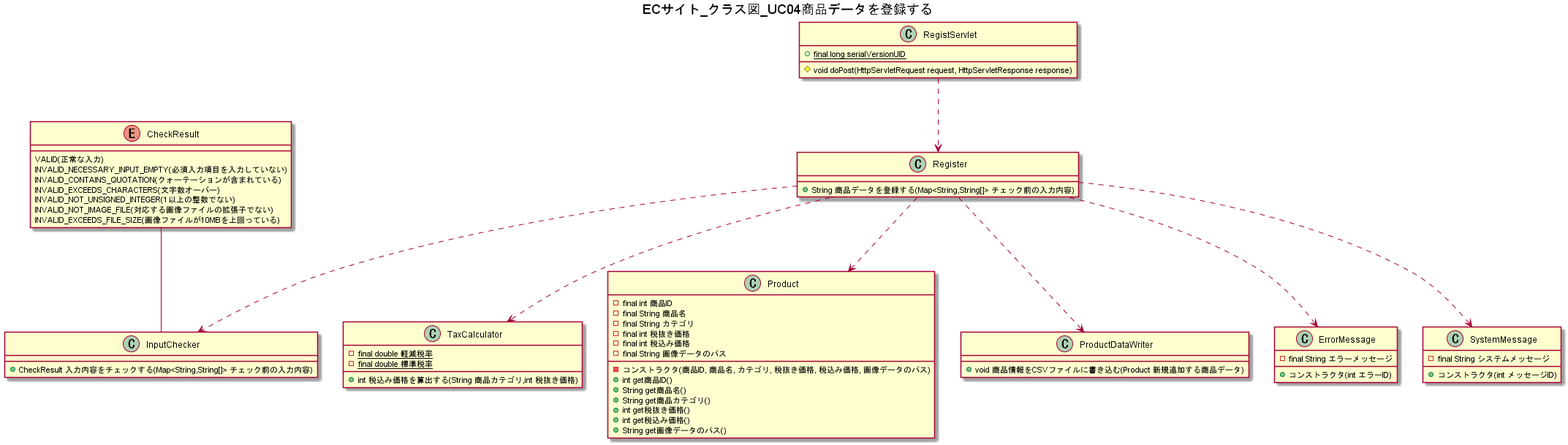
Earlier version of the PlantUML export UML/ECサイト_クラス図_UC04商品データを登録する.png (wnakayama/ojt_ecsite).
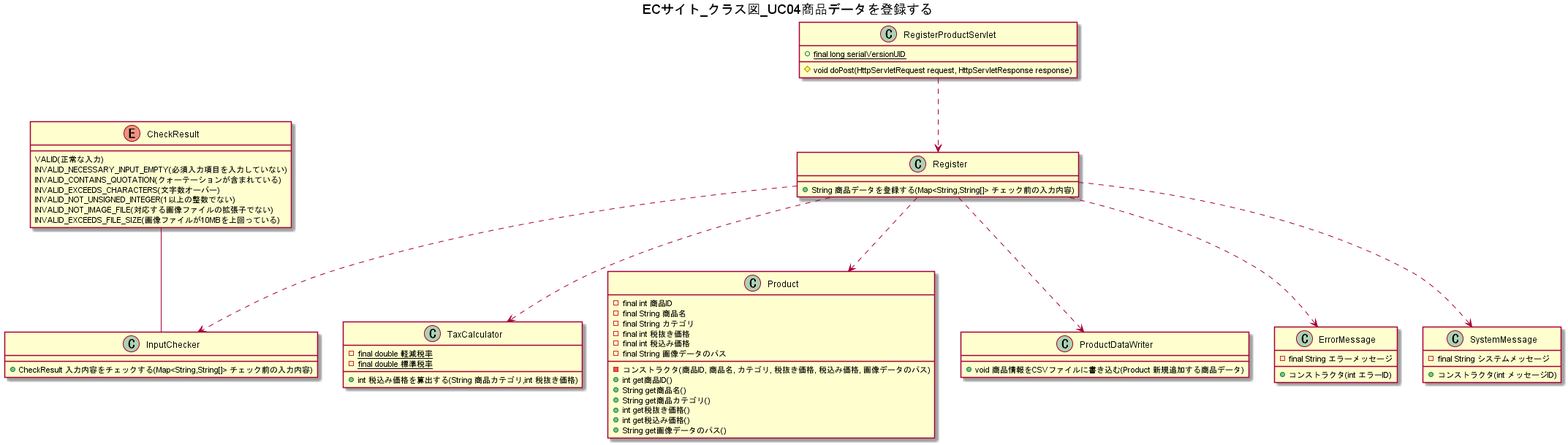
The same diagram one commit later.

What changed in the source:
```diff
@@ -2,12 +2,12 @@
 title ECサイト_クラス図_UC04商品データを登録する
 
 
-class RegistServlet {
+class RegisterProductServlet {
     +{static} final long serialVersionUID
     #void doPost(HttpServletRequest request, HttpServletResponse response)
 }
 
-RegistServlet ..> Register
+RegisterProductServlet ..> Register
 class Register {
     +String 商品データを登録する(Map<String,String[]> チェック前の入力内容)
 }
```
